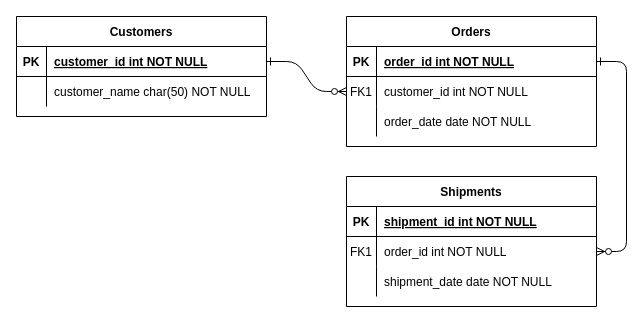
Albert-Richards/QA_Project_2 keeps this draw.io diagram as images/Untitled Diagram.drawio. Above is the earlier version. Source tidied: cells renumbered, new cells numbered last; positions are measured from the earlier drawing's top-left corner, leaving out a move shared by most shapes. Both pictures are drawn from the tidied source at 100%, with x=0, y=0 at pixel (16, 16).
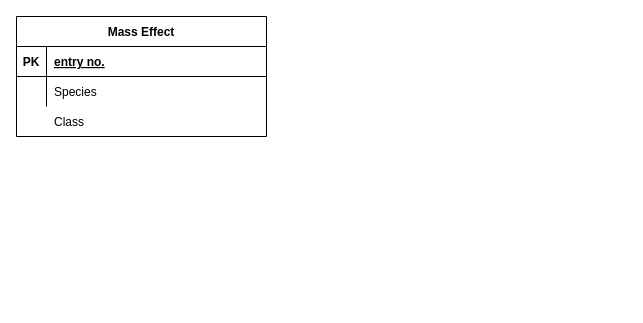
The same page after the edit.

The change refers to these unchanged cells:
```xml
<mxCell id="25" style="shape=partialRectangle;fillColor=none;points=[[0,0.5],[1,0.5]];portConstraint=eastwest;top=0;left=0;right=0;bottom=1;" parent="24" vertex="1">
  <mxGeometry y="30" width="250" height="30" as="geometry" />
</mxCell>
<mxCell id="28" style="shape=partialRectangle;fillColor=none;top=0;left=0;right=0;bottom=0;" parent="24" vertex="1">
  <mxGeometry y="60" width="250" height="30" as="geometry" />
</mxCell>
```

The edit, as a diff of the source:
```diff
@@
-    <mxCell id="2" style="edgeStyle=entityRelationEdgeStyle;endArrow=ERzeroToMany;startArrow=ERone;endFill=1;startFill=0;" parent="1" edge="1" source="25" target="8">
-      <mxGeometry relative="1" as="geometry" />
-    </mxCell>
-    <mxCell id="3" style="edgeStyle=entityRelationEdgeStyle;endArrow=ERzeroToMany;startArrow=ERone;endFill=1;startFill=0;" parent="1" edge="1" source="5" target="18">
-      <mxGeometry relative="1" as="geometry" />
-    </mxCell>
-    <mxCell id="4" value="Orders" style="shape=table;startSize=30;childLayout=tableLayout;rowLines=0;fontStyle=1;align=center;" parent="1" vertex="1">
-      <mxGeometry x="330" width="250" height="130" as="geometry" />
-    </mxCell>
-    <mxCell id="5" style="shape=partialRectangle;fillColor=none;points=[[0,0.5],[1,0.5]];portConstraint=eastwest;top=0;left=0;right=0;bottom=1;" parent="4" vertex="1">
-      <mxGeometry y="30" width="250" height="30" as="geometry" />
-    </mxCell>
-    <mxCell id="6" value="PK" style="shape=partialRectangle;overflow=hidden;fillColor=none;top=0;left=0;bottom=0;right=0;fontStyle=1;" parent="5" vertex="1">
-      <mxGeometry width="30" height="30" as="geometry" />
-    </mxCell>
-    <mxCell id="7" value="order_id int NOT NULL " style="shape=partialRectangle;overflow=hidden;fillColor=none;top=0;left=0;bottom=0;right=0;align=left;spacingLeft=6;fontStyle=5;" parent="5" vertex="1">
-      <mxGeometry x="30" width="220" height="30" as="geometry" />
-    </mxCell>
-    <mxCell id="8" style="shape=partialRectangle;fillColor=none;points=[[0,0.5],[1,0.5]];portConstraint=eastwest;top=0;left=0;right=0;bottom=0;" parent="4" vertex="1">
-      <mxGeometry y="60" width="250" height="30" as="geometry" />
-    </mxCell>
-    <mxCell id="9" value="FK1" style="shape=partialRectangle;overflow=hidden;fillColor=none;top=0;left=0;bottom=0;right=0;" parent="8" vertex="1">
-      <mxGeometry width="30" height="30" as="geometry" />
-    </mxCell>
-    <mxCell id="10" value="customer_id int NOT NULL" style="shape=partialRectangle;overflow=hidden;fillColor=none;top=0;left=0;bottom=0;right=0;align=left;spacingLeft=6;" parent="8" vertex="1">
-      <mxGeometry x="30" width="220" height="30" as="geometry" />
-    </mxCell>
-    <mxCell id="11" style="shape=partialRectangle;fillColor=none;top=0;left=0;right=0;bottom=0;" parent="4" vertex="1">
-      <mxGeometry y="90" width="250" height="30" as="geometry" />
-    </mxCell>
-    <mxCell id="12" style="shape=partialRectangle;overflow=hidden;fillColor=none;top=0;left=0;bottom=0;right=0;" parent="11" vertex="1">
-      <mxGeometry width="30" height="30" as="geometry" />
-    </mxCell>
-    <mxCell id="13" value="order_date date NOT NULL" style="shape=partialRectangle;overflow=hidden;fillColor=none;top=0;left=0;bottom=0;right=0;align=left;spacingLeft=6;" parent="11" vertex="1">
-      <mxGeometry x="30" width="220" height="30" as="geometry" />
-    </mxCell>
-    <mxCell id="14" value="Shipments" style="shape=table;startSize=30;childLayout=tableLayout;rowLines=0;fontStyle=1;align=center;" parent="1" vertex="1">
-      <mxGeometry x="330" y="160" width="250" height="130" as="geometry" />
-    </mxCell>
-    <mxCell id="15" style="shape=partialRectangle;fillColor=none;top=0;left=0;right=0;bottom=1;" parent="14" vertex="1">
-      <mxGeometry y="30" width="250" height="30" as="geometry" />
-    </mxCell>
-    <mxCell id="16" value="PK" style="shape=partialRectangle;overflow=hidden;fillColor=none;top=0;left=0;bottom=0;right=0;fontStyle=1;" parent="15" vertex="1">
-      <mxGeometry width="30" height="30" as="geometry" />
-    </mxCell>
-    <mxCell id="17" value="shipment_id int NOT NULL " style="shape=partialRectangle;overflow=hidden;fillColor=none;top=0;left=0;bottom=0;right=0;align=left;spacingLeft=6;fontStyle=5;" parent="15" vertex="1">
-      <mxGeometry x="30" width="220" height="30" as="geometry" />
-    </mxCell>
-    <mxCell id="18" style="shape=partialRectangle;fillColor=none;points=[[0,0.5],[1,0.5]];portConstraint=eastwest;top=0;left=0;right=0;bottom=0;" parent="14" vertex="1">
-      <mxGeometry y="60" width="250" height="30" as="geometry" />
-    </mxCell>
-    <mxCell id="19" value="FK1" style="shape=partialRectangle;overflow=hidden;fillColor=none;top=0;left=0;bottom=0;right=0;" parent="18" vertex="1">
-      <mxGeometry width="30" height="30" as="geometry" />
-    </mxCell>
-    <mxCell id="20" value="order_id int NOT NULL" style="shape=partialRectangle;overflow=hidden;fillColor=none;top=0;left=0;bottom=0;right=0;align=left;spacingLeft=6;" parent="18" vertex="1">
-      <mxGeometry x="30" width="220" height="30" as="geometry" />
-    </mxCell>
-    <mxCell id="21" style="shape=partialRectangle;fillColor=none;top=0;left=0;right=0;bottom=0;" parent="14" vertex="1">
-      <mxGeometry y="90" width="250" height="30" as="geometry" />
-    </mxCell>
-    <mxCell id="22" style="shape=partialRectangle;overflow=hidden;fillColor=none;top=0;left=0;bottom=0;right=0;" parent="21" vertex="1">
-      <mxGeometry width="30" height="30" as="geometry" />
-    </mxCell>
-    <mxCell id="23" value="shipment_date date NOT NULL" style="shape=partialRectangle;overflow=hidden;fillColor=none;top=0;left=0;bottom=0;right=0;align=left;spacingLeft=6;" parent="21" vertex="1">
-      <mxGeometry x="30" width="220" height="30" as="geometry" />
-    </mxCell>
-    <mxCell id="24" value="Customers" style="shape=table;startSize=30;childLayout=tableLayout;rowLines=0;fontStyle=1;align=center;" parent="1" vertex="1">
-      <mxGeometry width="250" height="100" as="geometry" />
+    <mxCell id="24" value="Mass Effect" style="shape=table;startSize=30;childLayout=tableLayout;rowLines=0;fontStyle=1;align=center;" parent="1" vertex="1">
+      <mxGeometry width="250" height="120" as="geometry" />
     </mxCell>
@@
-    <mxCell id="27" value="customer_id int NOT NULL " style="shape=partialRectangle;overflow=hidden;fillColor=none;top=0;left=0;bottom=0;right=0;align=left;spacingLeft=6;fontStyle=5;" parent="25" vertex="1">
+    <mxCell id="27" value="entry no." style="shape=partialRectangle;overflow=hidden;fillColor=none;top=0;left=0;bottom=0;right=0;align=left;spacingLeft=6;fontStyle=5;" parent="25" vertex="1">
       <mxGeometry x="30" width="220" height="30" as="geometry" />
     </mxCell>
@@
-    <mxCell id="30" value="customer_name char(50) NOT NULL" style="shape=partialRectangle;overflow=hidden;fillColor=none;top=0;left=0;bottom=0;right=0;align=left;spacingLeft=6;" parent="28" vertex="1">
+    <mxCell id="30" value="Species" style="shape=partialRectangle;overflow=hidden;fillColor=none;top=0;left=0;bottom=0;right=0;align=left;spacingLeft=6;" parent="28" vertex="1">
       <mxGeometry x="30" width="220" height="30" as="geometry" />
     </mxCell>
+    <mxCell id="31" value="Class" style="shape=partialRectangle;overflow=hidden;fillColor=none;top=0;left=0;bottom=0;right=0;align=left;spacingLeft=6;" parent="1" vertex="1">
+      <mxGeometry x="30" y="90" width="220" height="30" as="geometry" />
+    </mxCell>
```
